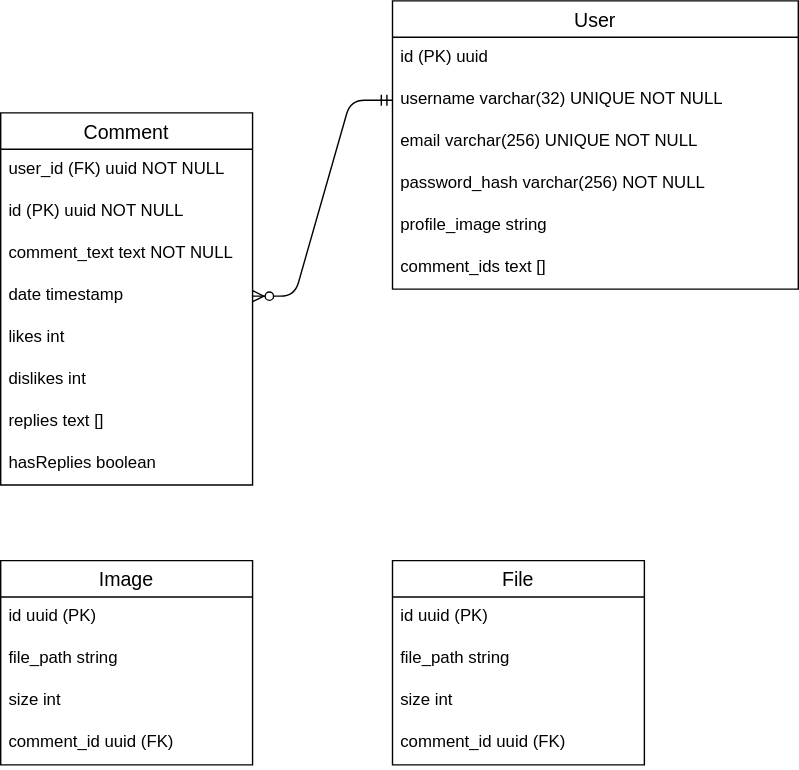
philippOkie/comments keeps this draw.io diagram as backend/prisma/db-docs.drawio.svg. Above is the earlier version. Source tidied: cells renumbered, new cells last; positions are measured from the earlier drawing's top-left corner, leaving out a move shared by most shapes.
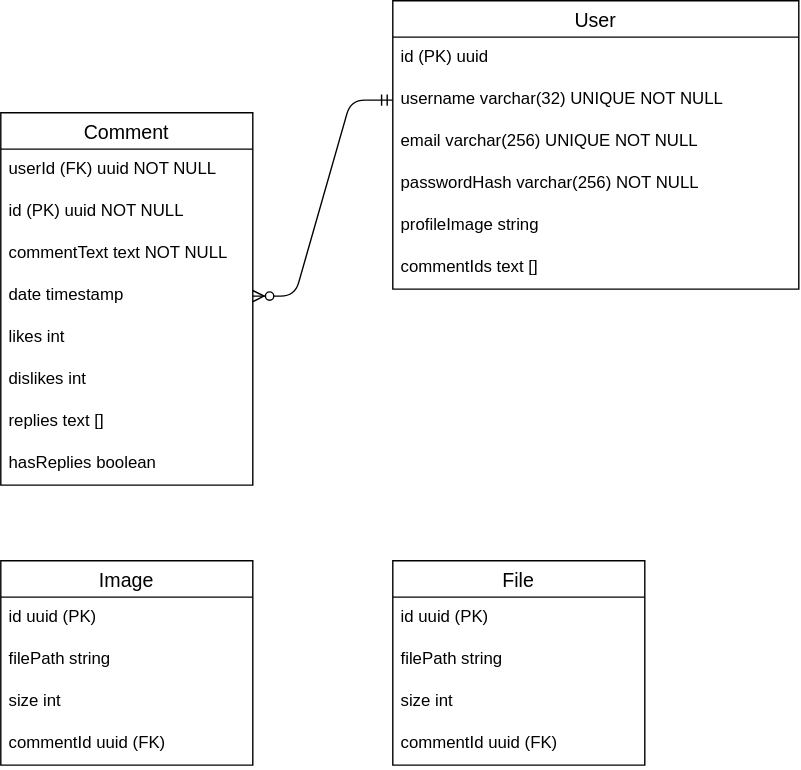
Later version of the same file.

Commit message:
snake case to camel case in db

The edit, as a diff of the source:
```diff
@@ -14,25 +14,25 @@
     <mxCell id="5" value="email varchar(256) UNIQUE NOT NULL" style="text;strokeColor=none;fillColor=none;spacingLeft=4;spacingRight=4;overflow=hidden;fontSize=12;" parent="2" vertex="1">
       <mxGeometry y="86" width="290" height="30" as="geometry" />
     </mxCell>
-    <mxCell id="6" value="password_hash varchar(256) NOT NULL" style="text;strokeColor=none;fillColor=none;spacingLeft=4;spacingRight=4;overflow=hidden;fontSize=12;" parent="2" vertex="1">
+    <mxCell id="6" value="passwordHash varchar(256) NOT NULL" style="text;strokeColor=none;fillColor=none;spacingLeft=4;spacingRight=4;overflow=hidden;fontSize=12;" parent="2" vertex="1">
       <mxGeometry y="116" width="290" height="30" as="geometry" />
     </mxCell>
-    <mxCell id="7" value="profile_image string" style="text;strokeColor=none;fillColor=none;spacingLeft=4;spacingRight=4;overflow=hidden;fontSize=12;" parent="2" vertex="1">
+    <mxCell id="7" value="profileImage string" style="text;strokeColor=none;fillColor=none;spacingLeft=4;spacingRight=4;overflow=hidden;fontSize=12;" parent="2" vertex="1">
       <mxGeometry y="146" width="290" height="30" as="geometry" />
     </mxCell>
-    <mxCell id="8" value="comment_ids text []" style="text;strokeColor=none;fillColor=none;spacingLeft=4;spacingRight=4;overflow=hidden;fontSize=12;" parent="2" vertex="1">
+    <mxCell id="8" value="commentIds text []" style="text;strokeColor=none;fillColor=none;spacingLeft=4;spacingRight=4;overflow=hidden;fontSize=12;" parent="2" vertex="1">
       <mxGeometry y="176" width="290" height="30" as="geometry" />
     </mxCell>
     <mxCell id="9" value="Comment" style="swimlane;fontStyle=0;horizontal=1;startSize=26;align=center;fontSize=14;" parent="1" vertex="1">
       <mxGeometry y="80" width="180" height="266" as="geometry" />
     </mxCell>
-    <mxCell id="10" value="user_id (FK) uuid NOT NULL" style="text;strokeColor=none;fillColor=none;spacingLeft=4;spacingRight=4;overflow=hidden;fontSize=12;" parent="9" vertex="1">
+    <mxCell id="10" value="userId (FK) uuid NOT NULL" style="text;strokeColor=none;fillColor=none;spacingLeft=4;spacingRight=4;overflow=hidden;fontSize=12;" parent="9" vertex="1">
       <mxGeometry y="26" width="180" height="30" as="geometry" />
     </mxCell>
     <mxCell id="11" value="id (PK) uuid NOT NULL" style="text;strokeColor=none;fillColor=none;spacingLeft=4;spacingRight=4;overflow=hidden;fontSize=12;" parent="9" vertex="1">
       <mxGeometry y="56" width="180" height="30" as="geometry" />
     </mxCell>
-    <mxCell id="12" value="comment_text text NOT NULL" style="text;strokeColor=none;fillColor=none;spacingLeft=4;spacingRight=4;overflow=hidden;fontSize=12;" parent="9" vertex="1">
+    <mxCell id="12" value="commentText text NOT NULL" style="text;strokeColor=none;fillColor=none;spacingLeft=4;spacingRight=4;overflow=hidden;fontSize=12;" parent="9" vertex="1">
       <mxGeometry y="86" width="180" height="30" as="geometry" />
     </mxCell>
     <mxCell id="13" value="date timestamp" style="text;strokeColor=none;fillColor=none;spacingLeft=4;spacingRight=4;overflow=hidden;points=[[0,0.5],[1,0.5]];portConstraint=eastwest;fontSize=12;" parent="9" vertex="1">
@@ -59,13 +59,13 @@
     <mxCell id="20" value="id uuid (PK)" style="text;strokeColor=none;fillColor=none;spacingLeft=4;spacingRight=4;overflow=hidden;fontSize=12;" parent="19" vertex="1">
       <mxGeometry y="26" width="180" height="30" as="geometry" />
     </mxCell>
-    <mxCell id="21" value="file_path string" style="text;strokeColor=none;fillColor=none;spacingLeft=4;spacingRight=4;overflow=hidden;fontSize=12;" parent="19" vertex="1">
+    <mxCell id="21" value="filePath string" style="text;strokeColor=none;fillColor=none;spacingLeft=4;spacingRight=4;overflow=hidden;fontSize=12;" parent="19" vertex="1">
       <mxGeometry y="56" width="180" height="30" as="geometry" />
     </mxCell>
     <mxCell id="22" value="size int" style="text;strokeColor=none;fillColor=none;spacingLeft=4;spacingRight=4;overflow=hidden;fontSize=12;" parent="19" vertex="1">
       <mxGeometry y="86" width="180" height="30" as="geometry" />
     </mxCell>
-    <mxCell id="23" value="comment_id uuid (FK)" style="text;strokeColor=none;fillColor=none;spacingLeft=4;spacingRight=4;overflow=hidden;fontSize=12;" parent="19" vertex="1">
+    <mxCell id="23" value="commentId uuid (FK)" style="text;strokeColor=none;fillColor=none;spacingLeft=4;spacingRight=4;overflow=hidden;fontSize=12;" parent="19" vertex="1">
       <mxGeometry y="116" width="180" height="30" as="geometry" />
     </mxCell>
     <mxCell id="24" value="File" style="swimlane;fontStyle=0;horizontal=1;startSize=26;align=center;fontSize=14;" parent="1" vertex="1">
@@ -74,13 +74,13 @@
     <mxCell id="25" value="id uuid (PK)" style="text;strokeColor=none;fillColor=none;spacingLeft=4;spacingRight=4;overflow=hidden;fontSize=12;" parent="24" vertex="1">
       <mxGeometry y="26" width="180" height="30" as="geometry" />
     </mxCell>
-    <mxCell id="26" value="file_path string" style="text;strokeColor=none;fillColor=none;spacingLeft=4;spacingRight=4;overflow=hidden;fontSize=12;" parent="24" vertex="1">
+    <mxCell id="26" value="filePath string" style="text;strokeColor=none;fillColor=none;spacingLeft=4;spacingRight=4;overflow=hidden;fontSize=12;" parent="24" vertex="1">
       <mxGeometry y="56" width="180" height="30" as="geometry" />
     </mxCell>
     <mxCell id="27" value="size int" style="text;strokeColor=none;fillColor=none;spacingLeft=4;spacingRight=4;overflow=hidden;fontSize=12;" parent="24" vertex="1">
       <mxGeometry y="86" width="180" height="30" as="geometry" />
     </mxCell>
-    <mxCell id="28" value="comment_id uuid (FK)" style="text;strokeColor=none;fillColor=none;spacingLeft=4;spacingRight=4;overflow=hidden;fontSize=12;" parent="24" vertex="1">
+    <mxCell id="28" value="commentId uuid (FK)" style="text;strokeColor=none;fillColor=none;spacingLeft=4;spacingRight=4;overflow=hidden;fontSize=12;" parent="24" vertex="1">
       <mxGeometry y="116" width="180" height="30" as="geometry" />
     </mxCell>
   </root>
```
